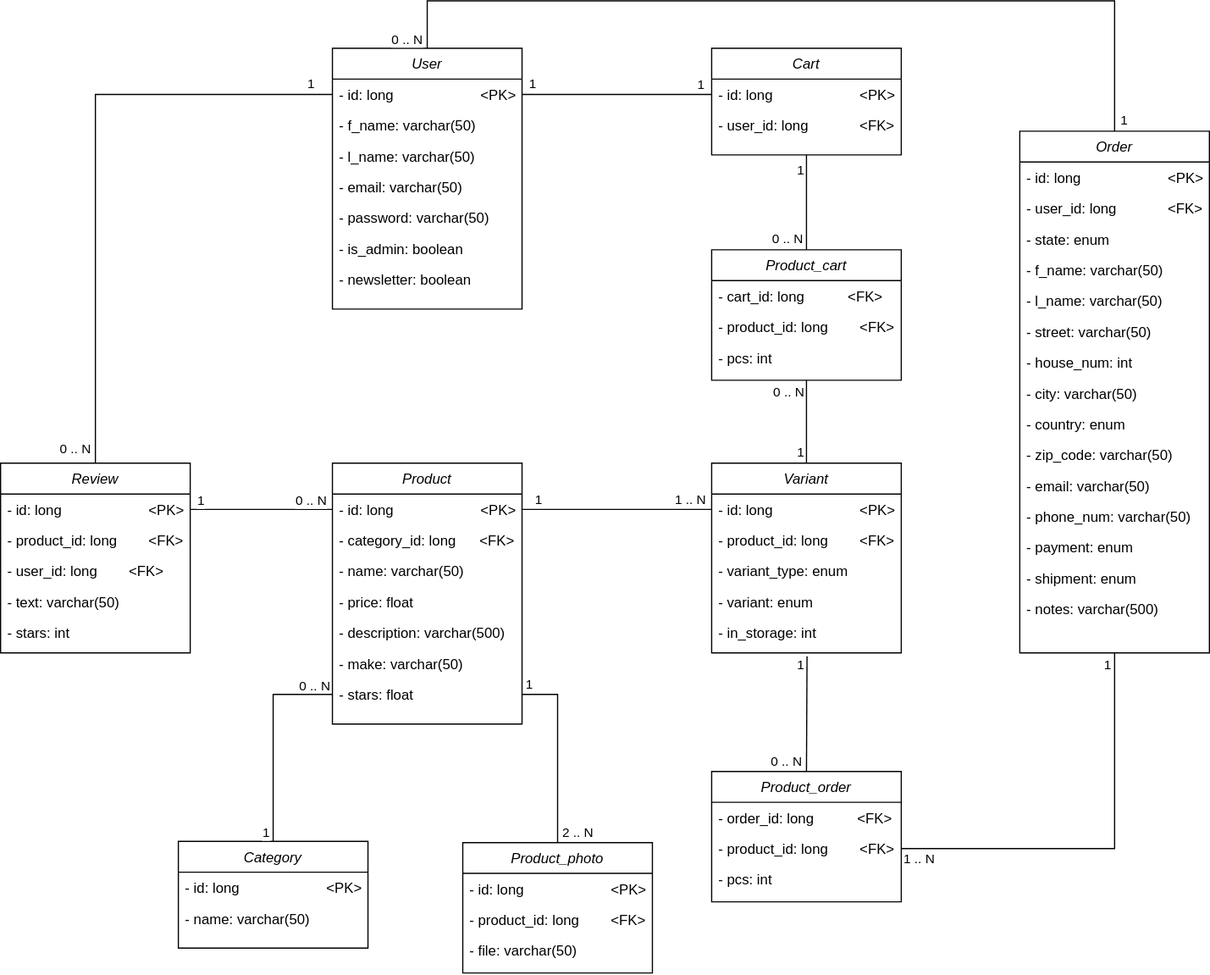
The draw.io diagram uml_diagram.svg in alzbetaziarovska/WTECH_Projekt_Tuptova_Ziarovska, before a commit. Source tidied: cells renumbered, new cells last; positions are measured from the earlier drawing's top-left corner, leaving out a move shared by most shapes.
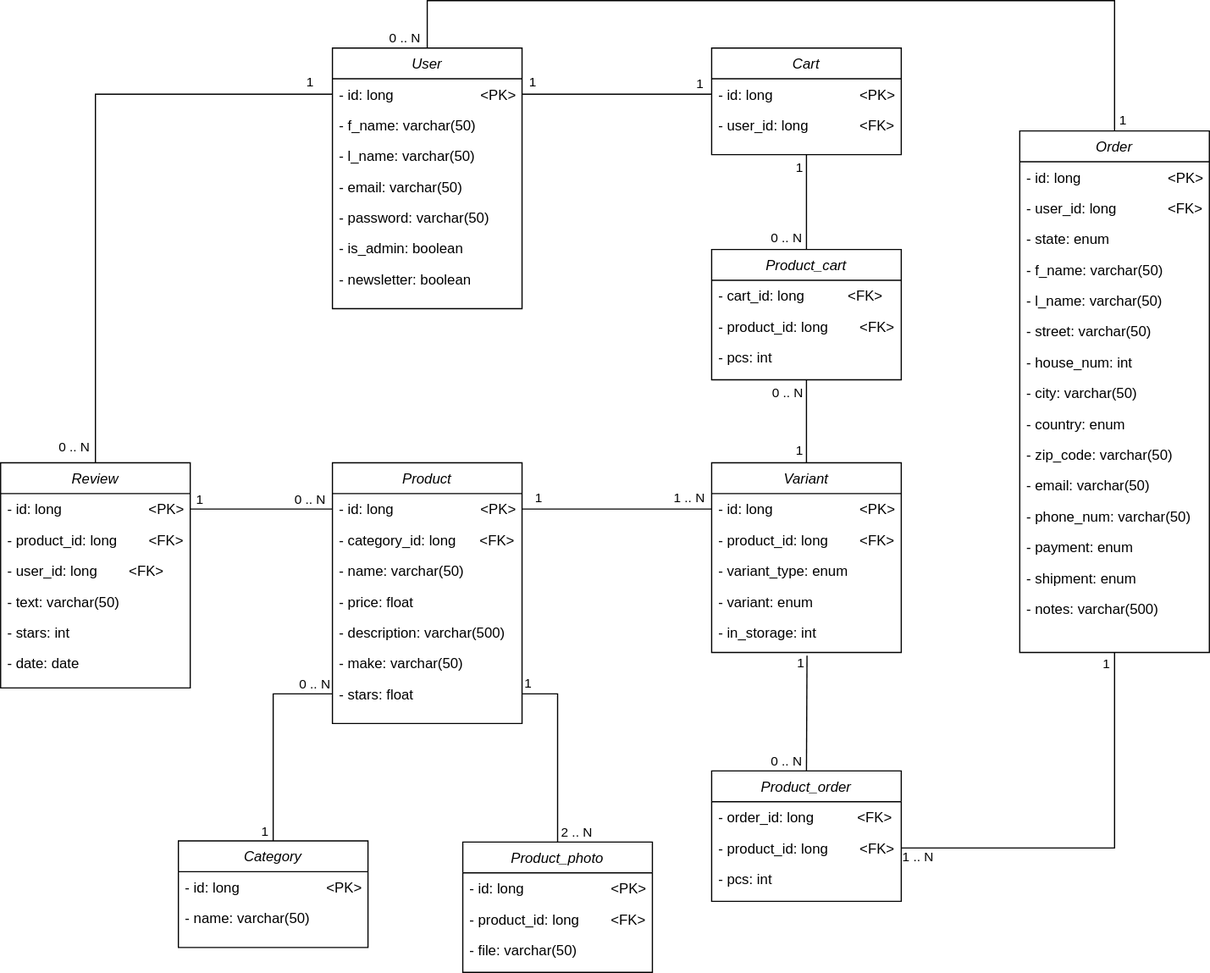
The same file after the commit.

What changed in the source:
```diff
@@ -207,7 +207,7 @@
       </mxGeometry>
     </mxCell>
     <mxCell id="66" value="Review" style="swimlane;fontStyle=2;align=center;verticalAlign=top;horizontal=1;startSize=26;rounded=0;shadow=0;strokeWidth=1;" parent="1" vertex="1">
-      <mxGeometry y="390" width="160" height="160" as="geometry" />
+      <mxGeometry y="390" width="160" height="190" as="geometry" />
     </mxCell>
     <mxCell id="67" value="- id: long                      &lt;PK&gt;" style="text;align=left;verticalAlign=top;spacingLeft=4;spacingRight=4;overflow=hidden;points=[[0,0.5],[1,0.5]];portConstraint=eastwest;" parent="66" vertex="1">
       <mxGeometry y="26" width="160" height="26" as="geometry" />
@@ -224,6 +224,9 @@
     <mxCell id="71" value="- stars: int" style="text;align=left;verticalAlign=top;spacingLeft=4;spacingRight=4;overflow=hidden;rounded=0;shadow=0;html=0;" parent="66" vertex="1">
       <mxGeometry y="130" width="160" height="26" as="geometry" />
     </mxCell>
+    <mxCell id="97" value="- date: date" style="text;align=left;verticalAlign=top;spacingLeft=4;spacingRight=4;overflow=hidden;rounded=0;shadow=0;html=0;" parent="66" vertex="1">
+      <mxGeometry y="156" width="160" height="26" as="geometry" />
+    </mxCell>
     <mxCell id="72" style="endArrow=none;html=1;rounded=0;entryX=1;entryY=0.5;entryDx=0;entryDy=0;" parent="1" edge="1" target="67">
       <mxGeometry relative="1" as="geometry">
         <mxPoint x="280" y="429" as="sourcePoint" />
```
